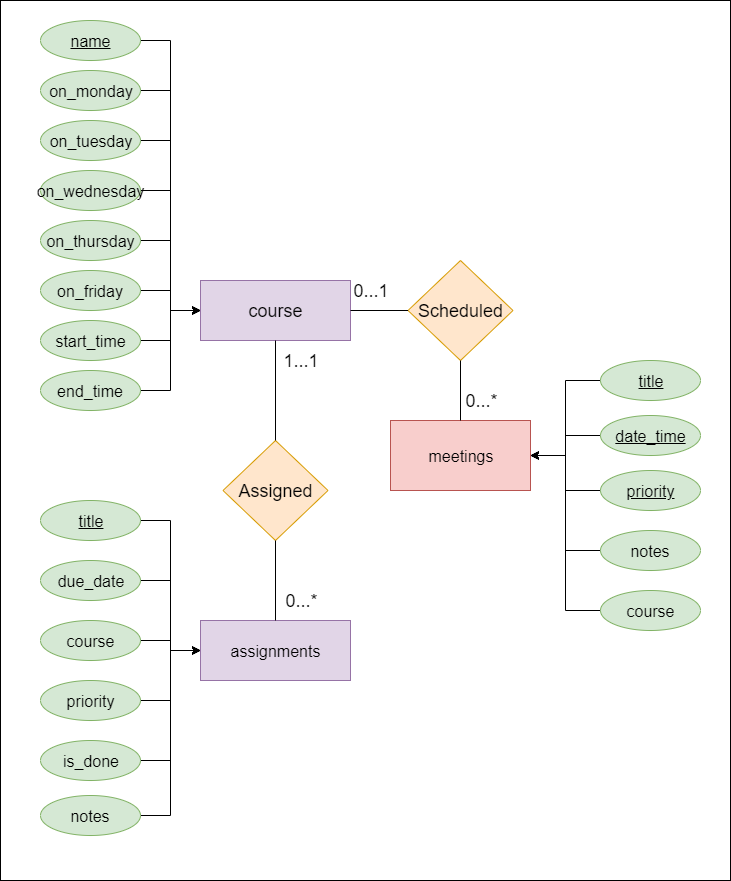
Above: ER Diagram revised Dec 4.png in iangioffre/Planner (draw.io), before the change. Source tidied: cells renumbered, new cells last; positions are measured from the earlier drawing's top-left corner, leaving out a move shared by most shapes.
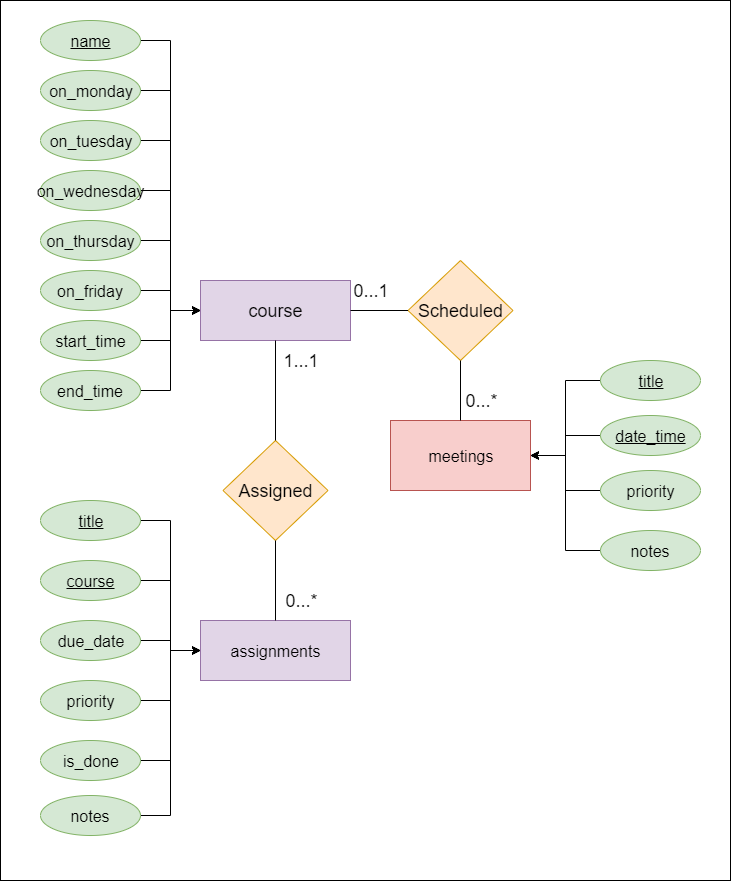
After the change.

Diff of the diagram source:
```diff
@@ -56,13 +56,13 @@
     <mxCell id="19" style="edgeStyle=orthogonalEdgeStyle;rounded=0;jettySize=auto;html=1;entryX=0;entryY=0.5;entryDx=0;entryDy=0;fontSize=18;" parent="1" edge="1" source="20" target="4">
       <mxGeometry relative="1" as="geometry" />
     </mxCell>
-    <mxCell id="20" value="due_date" style="ellipse;whiteSpace=wrap;html=1;fontSize=16;fillColor=#d5e8d4;strokeColor=#82b366;" parent="1" vertex="1">
+    <mxCell id="20" value="&lt;u&gt;course&lt;/u&gt;" style="ellipse;whiteSpace=wrap;html=1;fontSize=16;fillColor=#d5e8d4;strokeColor=#82b366;" parent="1" vertex="1">
       <mxGeometry x="40" y="560" width="100" height="40" as="geometry" />
     </mxCell>
     <mxCell id="21" style="edgeStyle=orthogonalEdgeStyle;rounded=0;jettySize=auto;html=1;entryX=0;entryY=0.5;entryDx=0;entryDy=0;fontSize=18;" parent="1" edge="1" source="22" target="4">
       <mxGeometry relative="1" as="geometry" />
     </mxCell>
-    <mxCell id="22" value="course" style="ellipse;whiteSpace=wrap;html=1;fontSize=16;fontStyle=0;fillColor=#d5e8d4;strokeColor=#82b366;" parent="1" vertex="1">
+    <mxCell id="22" value="due_date" style="ellipse;whiteSpace=wrap;html=1;fontSize=16;fontStyle=0;fillColor=#d5e8d4;strokeColor=#82b366;" parent="1" vertex="1">
       <mxGeometry x="40" y="620" width="100" height="40" as="geometry" />
     </mxCell>
     <mxCell id="23" style="edgeStyle=orthogonalEdgeStyle;rounded=0;jettySize=auto;html=1;entryX=0;entryY=0.5;entryDx=0;entryDy=0;fontSize=18;" parent="1" edge="1" source="24" target="4">
@@ -92,7 +92,7 @@
     <mxCell id="31" style="edgeStyle=orthogonalEdgeStyle;rounded=0;jettySize=auto;html=1;entryX=1;entryY=0.5;entryDx=0;entryDy=0;fontSize=18;" parent="1" edge="1" source="32" target="5">
       <mxGeometry relative="1" as="geometry" />
     </mxCell>
-    <mxCell id="32" value="priority" style="ellipse;whiteSpace=wrap;html=1;fontSize=16;fontStyle=4;fillColor=#d5e8d4;strokeColor=#82b366;" parent="1" vertex="1">
+    <mxCell id="32" value="priority" style="ellipse;whiteSpace=wrap;html=1;fontSize=16;fontStyle=0;fillColor=#d5e8d4;strokeColor=#82b366;" parent="1" vertex="1">
       <mxGeometry x="600" y="470" width="100" height="40" as="geometry" />
     </mxCell>
     <mxCell id="33" style="edgeStyle=orthogonalEdgeStyle;rounded=0;jettySize=auto;html=1;entryX=1;entryY=0.5;entryDx=0;entryDy=0;fontSize=18;" parent="1" edge="1" source="34" target="5">
@@ -101,12 +101,6 @@
     <mxCell id="34" value="notes" style="ellipse;whiteSpace=wrap;html=1;fontSize=16;fontStyle=0;fillColor=#d5e8d4;strokeColor=#82b366;" parent="1" vertex="1">
       <mxGeometry x="600" y="530" width="100" height="40" as="geometry" />
     </mxCell>
-    <mxCell id="35" style="edgeStyle=orthogonalEdgeStyle;rounded=0;jettySize=auto;html=1;entryX=1;entryY=0.5;entryDx=0;entryDy=0;" parent="1" edge="1" source="36" target="5">
-      <mxGeometry relative="1" as="geometry" />
-    </mxCell>
-    <mxCell id="36" value="course" style="ellipse;whiteSpace=wrap;html=1;fontSize=16;fontStyle=0;fillColor=#d5e8d4;strokeColor=#82b366;" parent="1" vertex="1">
-      <mxGeometry x="600" y="590" width="100" height="40" as="geometry" />
-    </mxCell>
     <mxCell id="37" value="Scheduled" style="rhombus;whiteSpace=wrap;html=1;fontSize=18;fillColor=#ffe6cc;strokeColor=#d79b00;" parent="1" vertex="1">
       <mxGeometry x="407.5" y="260" width="105" height="100" as="geometry" />
     </mxCell>
```
